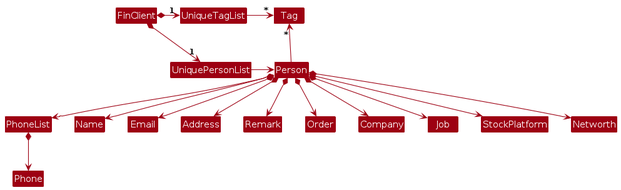
The PlantUML diagram diagrams/BetterModelClassDiagram.png in RickyHFR/tp, before a commit. Its source is kept beside it as diagrams/BetterModelClassDiagram.puml.
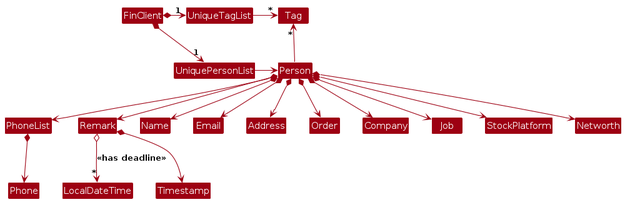
Later version of the same file.

Change to the diagram source:
```diff
@@ -15,6 +15,7 @@
 Person -up-> "*" Tag
 
 PhoneList *--> Phone
+Remark *--> Timestamp
 
 Person *--> Name
 Person *--> PhoneList
@@ -26,4 +27,7 @@
 Person *--> Job
 Person *--> StockPlatform
 Person *--> Networth
+
+Remark o--> "*" LocalDateTime : <<has deadline>>
+
 @enduml
```
